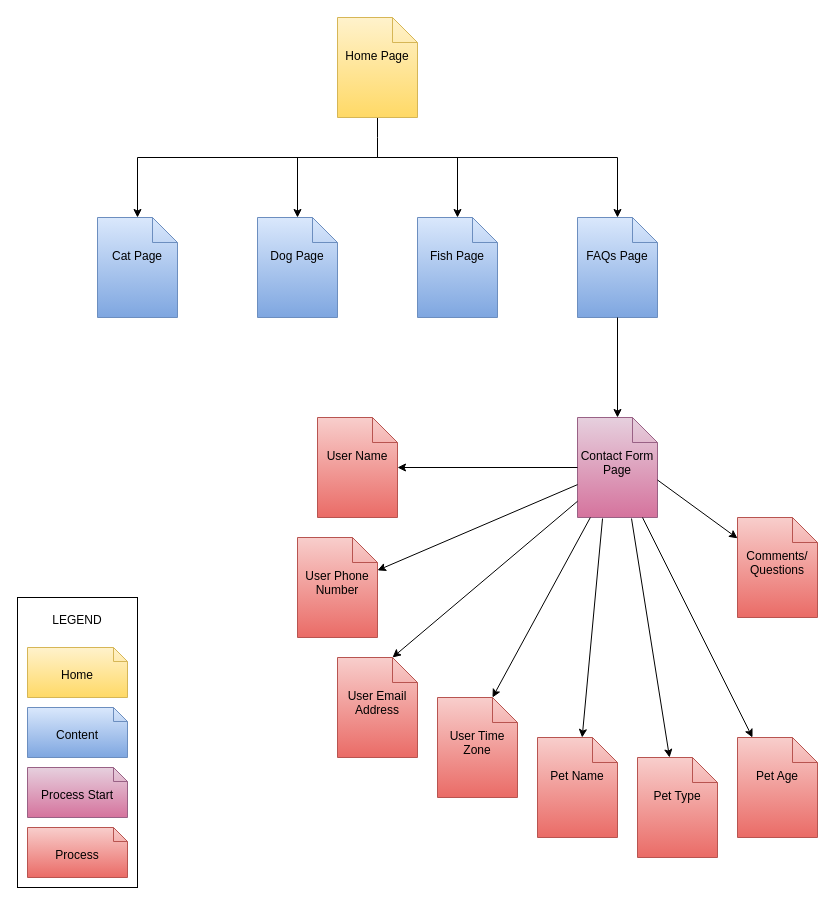
The draw.io diagram sitemap.drawio in airbaggrenade/WGU-D284, before the edit. Source tidied: cells renumbered, new cells numbered last; positions are measured from the earlier drawing's top-left corner, leaving out a move shared by most shapes. Both pictures are drawn from the tidied source at 100%, with x=0, y=0 at pixel (17, 17).
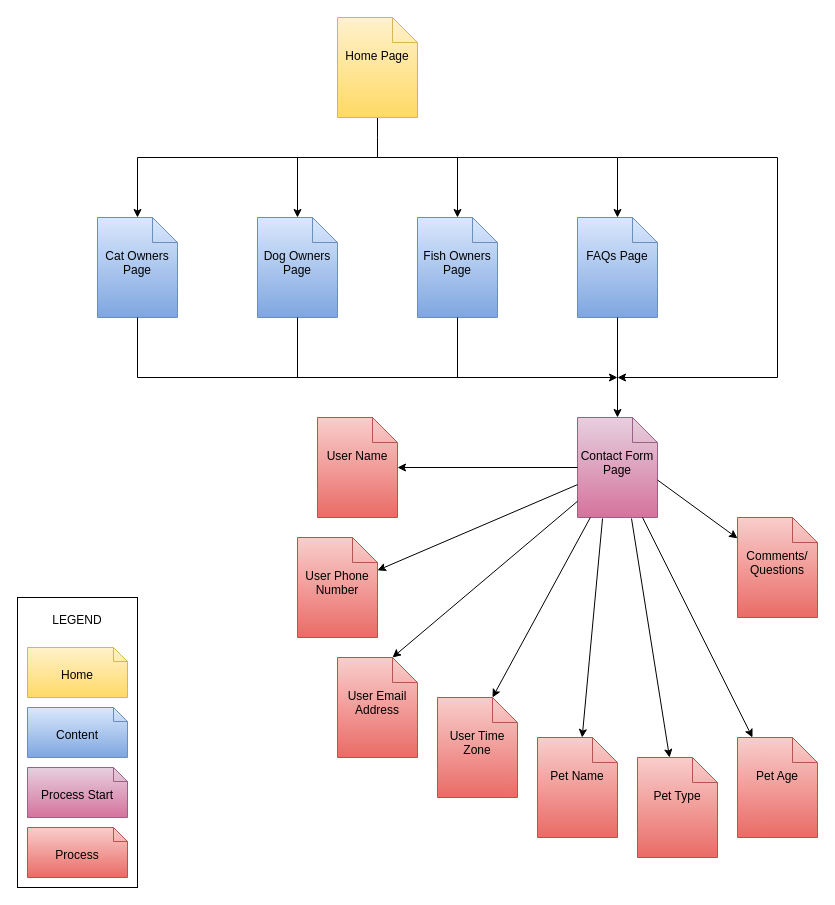
The same diagram, later.

Change to the diagram source:
```diff
@@
-    <mxCell id="5" value="&lt;font color=&quot;#000000&quot;&gt;Cat Page&lt;/font&gt;" style="shape=note2;boundedLbl=1;whiteSpace=wrap;html=1;size=25;verticalAlign=top;align=center;gradientColor=#7ea6e0;fillColor=#dae8fc;strokeColor=#6c8ebf;" parent="1" vertex="1">
+    <mxCell id="5" value="&lt;div&gt;&lt;font color=&quot;#000000&quot;&gt;Cat Owners Page&lt;/font&gt;&lt;/div&gt;" style="shape=note2;boundedLbl=1;whiteSpace=wrap;html=1;size=25;verticalAlign=top;align=center;gradientColor=#7ea6e0;fillColor=#dae8fc;strokeColor=#6c8ebf;" parent="1" vertex="1">
       <mxGeometry x="80" y="200" width="80" height="100" as="geometry" />
     </mxCell>
@@
-    <mxCell id="7" value="&lt;font color=&quot;#000000&quot;&gt;Dog Page&lt;/font&gt;" style="shape=note2;boundedLbl=1;whiteSpace=wrap;html=1;size=25;verticalAlign=top;align=center;gradientColor=#7ea6e0;fillColor=#dae8fc;strokeColor=#6c8ebf;" parent="1" vertex="1">
+    <mxCell id="7" value="&lt;font color=&quot;#000000&quot;&gt;Dog Owners Page&lt;/font&gt;" style="shape=note2;boundedLbl=1;whiteSpace=wrap;html=1;size=25;verticalAlign=top;align=center;gradientColor=#7ea6e0;fillColor=#dae8fc;strokeColor=#6c8ebf;" parent="1" vertex="1">
       <mxGeometry x="240" y="200" width="80" height="100" as="geometry" />
     </mxCell>
@@
-    <mxCell id="11" value="&lt;font color=&quot;#000000&quot;&gt;Fish&amp;nbsp;Page&lt;/font&gt;" style="shape=note2;boundedLbl=1;whiteSpace=wrap;html=1;size=25;verticalAlign=top;align=center;gradientColor=#7ea6e0;fillColor=#dae8fc;strokeColor=#6c8ebf;" parent="1" vertex="1">
+    <mxCell id="11" value="&lt;font color=&quot;#000000&quot;&gt;Fish Owners Page&lt;/font&gt;" style="shape=note2;boundedLbl=1;whiteSpace=wrap;html=1;size=25;verticalAlign=top;align=center;gradientColor=#7ea6e0;fillColor=#dae8fc;strokeColor=#6c8ebf;" parent="1" vertex="1">
       <mxGeometry x="400" y="200" width="80" height="100" as="geometry" />
     </mxCell>
@@
+    <mxCell id="35" style="endArrow=classic;html=1;rounded=0;edgeStyle=orthogonalEdgeStyle;" parent="1" edge="1">
+      <mxGeometry relative="1" as="geometry">
+        <mxPoint x="600" y="140" as="sourcePoint" />
+        <mxPoint x="600" y="360" as="targetPoint" />
+        <Array as="points">
+          <mxPoint x="760" y="140" />
+          <mxPoint x="760" y="360" />
+        </Array>
+      </mxGeometry>
+    </mxCell>
+    <mxCell id="36" style="endArrow=classic;html=1;rounded=0;" parent="1" edge="1">
+      <mxGeometry relative="1" as="geometry">
+        <mxPoint x="120" y="360" as="sourcePoint" />
+        <mxPoint x="600" y="360" as="targetPoint" />
+      </mxGeometry>
+    </mxCell>
+    <mxCell id="37" style="endArrow=none;html=1;rounded=0;entryX=0.5;entryY=1;entryDx=0;entryDy=0;entryPerimeter=0;" parent="1" edge="1" target="5">
+      <mxGeometry relative="1" as="geometry">
+        <mxPoint x="120" y="360" as="sourcePoint" />
+      </mxGeometry>
+    </mxCell>
+    <mxCell id="38" style="endArrow=none;html=1;rounded=0;entryX=0.5;entryY=1;entryDx=0;entryDy=0;entryPerimeter=0;" parent="1" edge="1" target="7">
+      <mxGeometry relative="1" as="geometry">
+        <mxPoint x="280" y="360" as="sourcePoint" />
+      </mxGeometry>
+    </mxCell>
+    <mxCell id="39" style="endArrow=none;html=1;rounded=0;entryX=0.5;entryY=1;entryDx=0;entryDy=0;entryPerimeter=0;" parent="1" edge="1" target="11">
+      <mxGeometry relative="1" as="geometry">
+        <mxPoint x="440" y="360" as="sourcePoint" />
+      </mxGeometry>
+    </mxCell>
```
